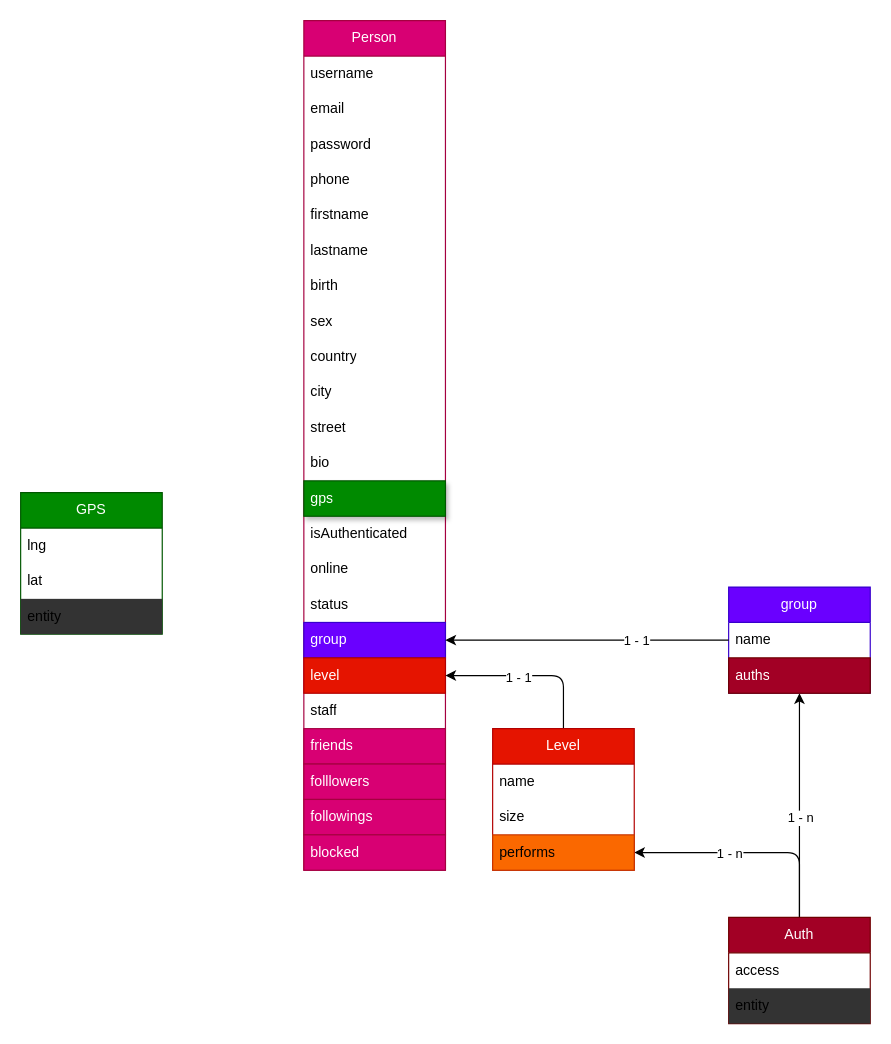
Above: user.drawio in hydromelvictor/wilder (draw.io), before the change. Source tidied: cells renumbered, new cells numbered last; positions are measured from the earlier drawing's top-left corner, leaving out a move shared by most shapes. Both pictures are drawn from the tidied source at 118%, with x=0, y=0 at pixel (20, 20).
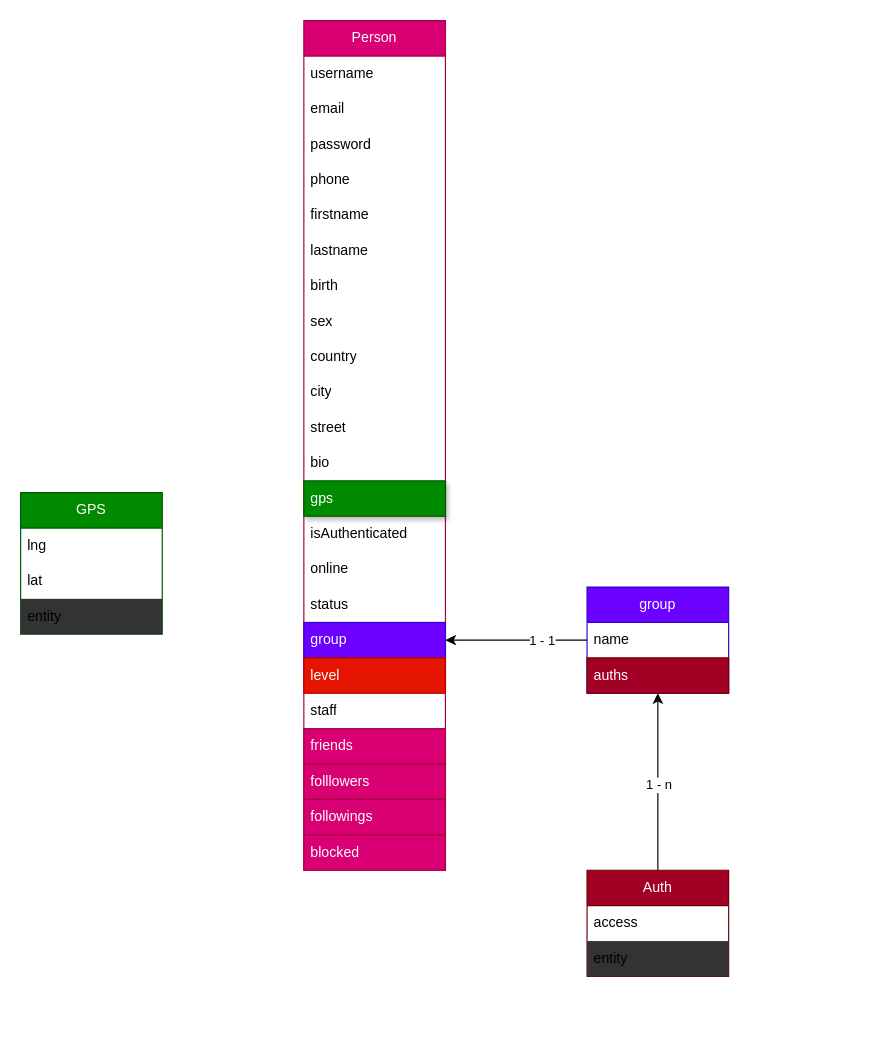
The same diagram, later.

Unchanged cells that the change refers to:
```xml
<mxCell id="20" value="level" style="text;strokeColor=#B20000;fillColor=#e51400;align=left;verticalAlign=middle;spacingLeft=4;spacingRight=4;overflow=hidden;points=[[0,0.5],[1,0.5]];portConstraint=eastwest;whiteSpace=wrap;html=1;fontColor=#ffffff;" parent="2" vertex="1">
  <mxGeometry y="540" width="120" height="30" as="geometry" />
</mxCell>
```

The edit, as a diff of the source:
```diff
@@
-    <mxCell id="28" style="edgeStyle=none;html=1;entryX=1;entryY=0.5;entryDx=0;entryDy=0;" parent="1" edge="1" source="30" target="41">
-      <mxGeometry relative="1" as="geometry">
-        <Array as="points">
-          <mxPoint x="660" y="705" />
-        </Array>
-      </mxGeometry>
-    </mxCell>
-    <mxCell id="29" value="1 - n" style="edgeLabel;html=1;align=center;verticalAlign=middle;" parent="28" vertex="1">
-      <mxGeometry x="0.16" y="1" relative="1" as="geometry">
-        <mxPoint x="-2" y="-1" as="offset" />
-      </mxGeometry>
-    </mxCell>
     <mxCell id="30" value="Auth" style="swimlane;fontStyle=0;horizontal=1;startSize=30;whiteSpace=wrap;html=1;fillColor=#a20025;fontColor=#ffffff;strokeColor=#6F0000;" parent="1" vertex="1">
-      <mxGeometry x="600" y="760" width="120" height="90" as="geometry" />
+      <mxGeometry x="480" y="720" width="120" height="90" as="geometry" />
     </mxCell>
@@
     <mxCell id="33" value="group" style="swimlane;fontStyle=0;horizontal=1;startSize=30;whiteSpace=wrap;html=1;fillColor=#6a00ff;fontColor=#ffffff;strokeColor=#3700CC;" parent="1" vertex="1">
-      <mxGeometry x="600" y="480" width="120" height="90" as="geometry" />
+      <mxGeometry x="480" y="480" width="120" height="90" as="geometry" />
     </mxCell>
@@
-    <mxCell id="36" style="edgeStyle=none;html=1;entryX=1;entryY=0.5;entryDx=0;entryDy=0;" parent="1" edge="1" source="38" target="20">
-      <mxGeometry relative="1" as="geometry">
-        <Array as="points">
-          <mxPoint x="460" y="555" />
-        </Array>
-      </mxGeometry>
-    </mxCell>
-    <mxCell id="37" value="1 - 1" style="edgeLabel;html=1;align=center;verticalAlign=middle;" parent="36" vertex="1">
-      <mxGeometry x="0.16" y="1" relative="1" as="geometry" />
-    </mxCell>
-    <mxCell id="38" value="Level" style="swimlane;fontStyle=0;horizontal=1;startSize=30;whiteSpace=wrap;html=1;fillColor=#e51400;fontColor=#ffffff;strokeColor=#B20000;" parent="1" vertex="1">
-      <mxGeometry x="400" y="600" width="120" height="120" as="geometry" />
-    </mxCell>
-    <mxCell id="39" value="name" style="text;align=left;verticalAlign=middle;spacingLeft=4;spacingRight=4;overflow=hidden;whiteSpace=wrap;html=1;" parent="38" vertex="1">
-      <mxGeometry y="30" width="120" height="30" as="geometry" />
-    </mxCell>
-    <mxCell id="40" value="size" style="text;align=left;verticalAlign=middle;spacingLeft=4;spacingRight=4;overflow=hidden;whiteSpace=wrap;html=1;" parent="38" vertex="1">
-      <mxGeometry y="60" width="120" height="30" as="geometry" />
-    </mxCell>
-    <mxCell id="41" value="performs" style="text;strokeColor=#C73500;fillColor=#fa6800;align=left;verticalAlign=middle;spacingLeft=4;spacingRight=4;overflow=hidden;points=[[0,0.5],[1,0.5]];portConstraint=eastwest;whiteSpace=wrap;html=1;fontColor=#000000;" parent="38" vertex="1">
-      <mxGeometry y="90" width="120" height="30" as="geometry" />
-    </mxCell>
```
